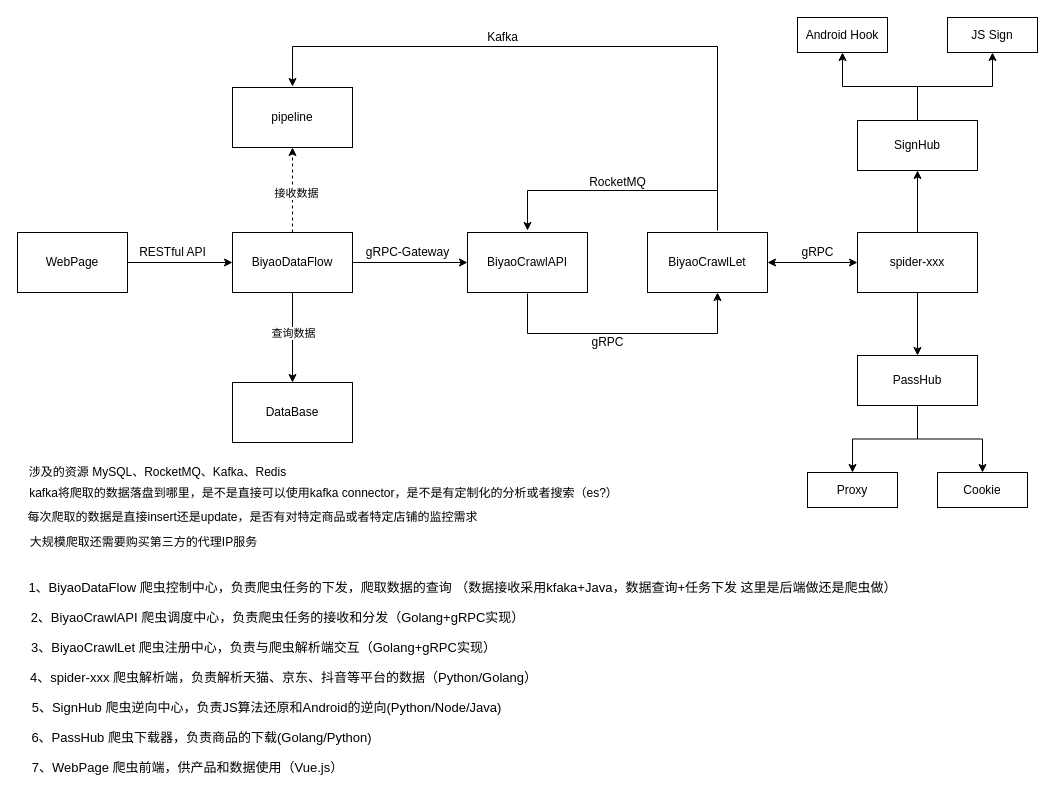
Before: Untitled Diagram.drawio in fovegage/argocd-lab, a draw.io diagram. Source tidied: cells renumbered, new cells numbered last; positions are measured from the earlier drawing's top-left corner, leaving out a move shared by most shapes. Both pictures are drawn from the tidied source at 100%, with x=0, y=0 at pixel (17, 17).
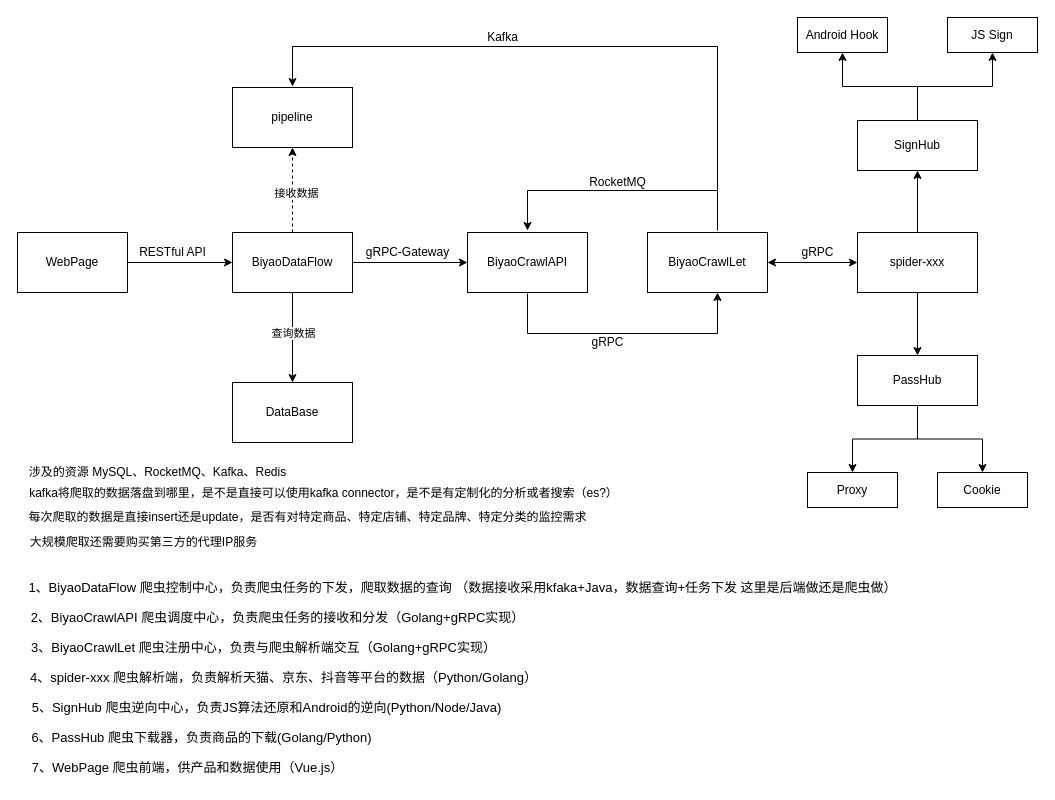
Above is the later version.

Diff of the diagram source:
```diff
@@
-    <mxCell id="46" value="每次爬取的数据是直接insert还是update，是否有对特定商品或者特定店铺的监控需求" style="text;html=1;align=center;verticalAlign=middle;strokeColor=none;fillColor=none;" parent="1" vertex="1">
-      <mxGeometry y="485" width="470" height="30" as="geometry" />
+    <mxCell id="46" value="每次爬取的数据是直接insert还是update，是否有对特定商品、特定店铺、特定品牌、特定分类的监控需求" style="text;html=1;align=center;verticalAlign=middle;strokeColor=none;fillColor=none;" parent="1" vertex="1">
+      <mxGeometry y="485" width="580" height="30" as="geometry" />
     </mxCell>
```
